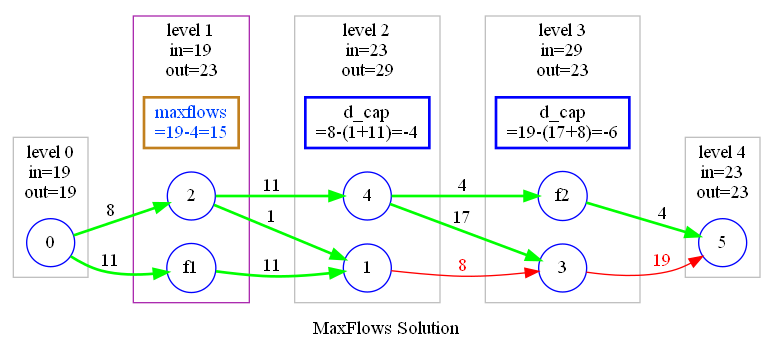
yyl-20020115/GraphAlgorithmTester keeps this Graphviz diagram as dot/maxflows1-soluton.png. Above is the earlier version. Its source is kept beside it as dot/maxflows1-soluton.dot.
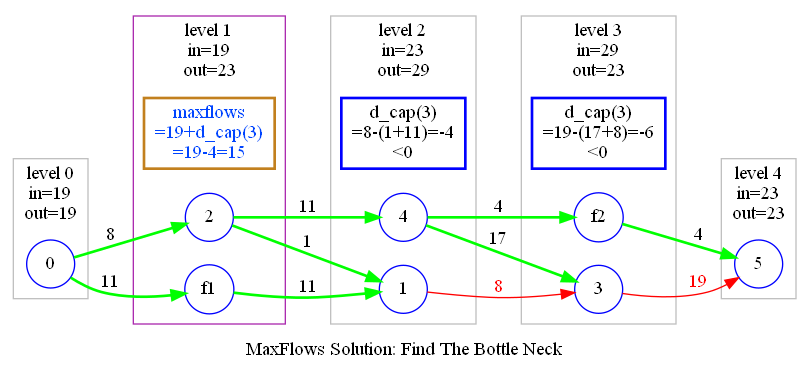
The same file after the commit.

The edit, as a diff of the source:
```diff
@@ -1,5 +1,5 @@
 digraph MaxFlowsSolution{
-    label="MaxFlows Solution"
+    label="MaxFlows Solution: Find The Bottle Neck"
     node[shape="circle",color=blue];
     edge[weight=0,penwidth=2,color="green"]
     rankdir="LR";
@@ -11,21 +11,21 @@
 
     subgraph "cluster_g1" {
         label="level 1\nin=19\nout=23"
-        T1[label="maxflows\n=19-4=15",shape="box" style="bold" color="#c2801e" fontcolor="#0044ff"];
+        T1[label="maxflows\n=19+d_cap(3)\n=19-4=15",shape="box" style="bold" color="#c2801e" fontcolor="#0044ff"];
 
         color="#ab2baf"
         {rank = same;2;f1};
     }
 
     subgraph "cluster_g2" {
-        T2[label="d_cap\n=8-(1+11)=-4",shape="box" style="bold"];
+        T2[label="d_cap(3)\n=8-(1+11)=-4\n<0",shape="box" style="bold"];
         label="level 2\nin=23\nout=29"
         color="gray"
         {rank = same;4;1};
     }
 
     subgraph "cluster_g3" {
-        T3[label="d_cap\n=19-(17+8)=-6",shape="box" style="bold"];
+        T3[label="d_cap(3)\n=19-(17+8)=-6\n<0",shape="box" style="bold"];
         label="level 3\nin=29\nout=23"
         color="gray"
         {rank = same;f2;3};
```
